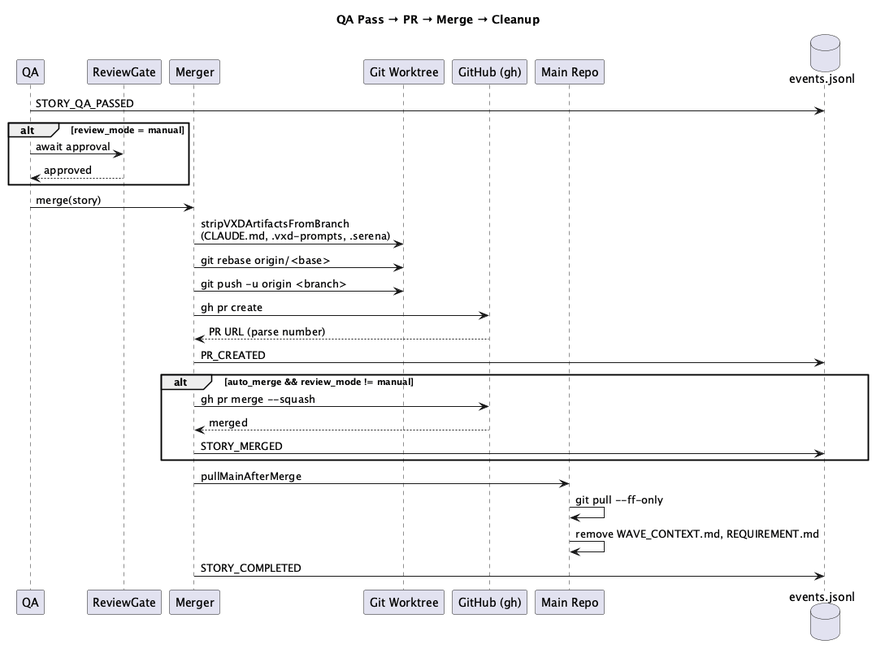
The PlantUML diagram docs/diagrams/sequence-merge.png in tzone85/vortex-dispatch, before a commit. Its diagram source:
```plantuml
@startuml sequence-merge
title QA Pass → PR → Merge → Cleanup

participant "QA" as QA
participant "ReviewGate" as RG
participant "Merger" as MR
participant "Git Worktree" as WT
participant "GitHub (gh)" as GH
participant "Main Repo" as MN
database "events.jsonl" as EV

QA -> EV : STORY_QA_PASSED

alt review_mode = manual
    QA -> RG : await approval
    RG --> QA : approved
end

QA -> MR : merge(story)
MR -> WT : stripVXDArtifactsFromBranch\n(CLAUDE.md, .vxd-prompts, .serena)
MR -> WT : git rebase origin/<base>
MR -> WT : git push -u origin <branch>
MR -> GH : gh pr create
GH --> MR : PR URL (parse number)
MR -> EV : PR_CREATED

alt auto_merge && review_mode != manual
    MR -> GH : gh pr merge --squash
    GH --> MR : merged
    MR -> EV : STORY_MERGED
end

MR -> MN : pullMainAfterMerge
MN -> MN : git pull --ff-only
MN -> MN : remove WAVE_CONTEXT.md, REQUIREMENT.md
MR -> EV : STORY_COMPLETED

@enduml
```
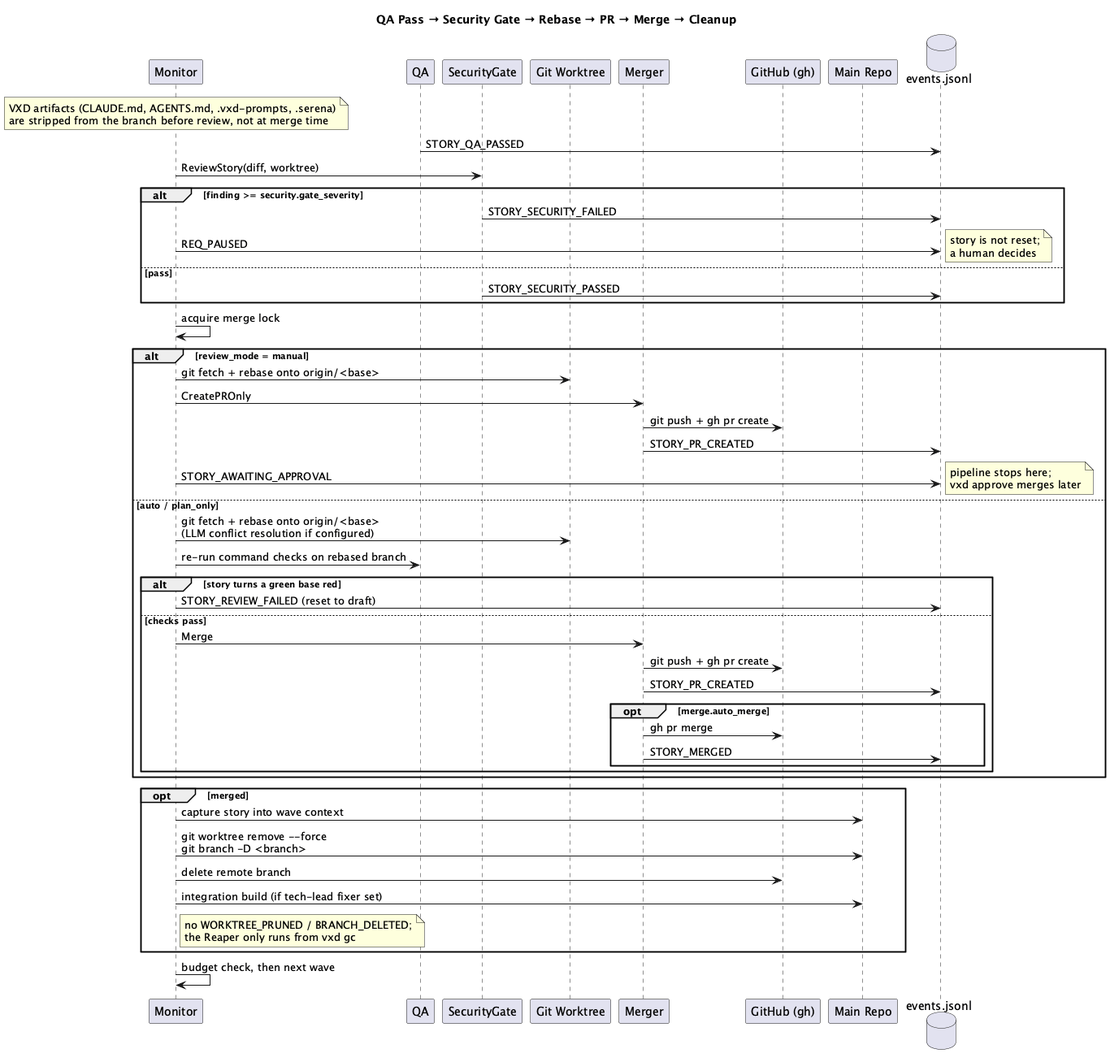
The same diagram one commit later.

Diff of the diagram source:
```diff
@@ -1,38 +1,60 @@
 @startuml sequence-merge
-title QA Pass → PR → Merge → Cleanup
+title QA Pass → Security Gate → Rebase → PR → Merge → Cleanup
 
+participant "Monitor" as MON
 participant "QA" as QA
-participant "ReviewGate" as RG
+participant "SecurityGate" as SG
+participant "Git Worktree" as WT
 participant "Merger" as MR
-participant "Git Worktree" as WT
 participant "GitHub (gh)" as GH
 participant "Main Repo" as MN
 database "events.jsonl" as EV
 
+note over MON : VXD artifacts (CLAUDE.md, AGENTS.md, .vxd-prompts, .serena)\nare stripped from the branch before review, not at merge time
+
 QA -> EV : STORY_QA_PASSED
 
-alt review_mode = manual
-    QA -> RG : await approval
-    RG --> QA : approved
+MON -> SG : ReviewStory(diff, worktree)
+alt finding >= security.gate_severity
+    SG -> EV : STORY_SECURITY_FAILED
+    MON -> EV : REQ_PAUSED
+    note right : story is not reset;\na human decides
+else pass
+    SG -> EV : STORY_SECURITY_PASSED
 end
 
-QA -> MR : merge(story)
-MR -> WT : stripVXDArtifactsFromBranch\n(CLAUDE.md, .vxd-prompts, .serena)
-MR -> WT : git rebase origin/<base>
-MR -> WT : git push -u origin <branch>
-MR -> GH : gh pr create
-GH --> MR : PR URL (parse number)
-MR -> EV : PR_CREATED
+MON -> MON : acquire merge lock
 
-alt auto_merge && review_mode != manual
-    MR -> GH : gh pr merge --squash
-    GH --> MR : merged
-    MR -> EV : STORY_MERGED
+alt review_mode = manual
+    MON -> WT : git fetch + rebase onto origin/<base>
+    MON -> MR : CreatePROnly
+    MR -> GH : git push + gh pr create
+    MR -> EV : STORY_PR_CREATED
+    MON -> EV : STORY_AWAITING_APPROVAL
+    note right : pipeline stops here;\nvxd approve merges later
+else auto / plan_only
+    MON -> WT : git fetch + rebase onto origin/<base>\n(LLM conflict resolution if configured)
+    MON -> QA : re-run command checks on rebased branch
+    alt story turns a green base red
+        MON -> EV : STORY_REVIEW_FAILED (reset to draft)
+    else checks pass
+        MON -> MR : Merge
+        MR -> GH : git push + gh pr create
+        MR -> EV : STORY_PR_CREATED
+        opt merge.auto_merge
+            MR -> GH : gh pr merge
+            MR -> EV : STORY_MERGED
+        end
+    end
 end
 
-MR -> MN : pullMainAfterMerge
-MN -> MN : git pull --ff-only
-MN -> MN : remove WAVE_CONTEXT.md, REQUIREMENT.md
-MR -> EV : STORY_COMPLETED
+opt merged
+    MON -> MN : capture story into wave context
+    MON -> MN : git worktree remove --force\ngit branch -D <branch>
+    MON -> GH : delete remote branch
+    MON -> MN : integration build (if tech-lead fixer set)
+    note right of MON : no WORKTREE_PRUNED / BRANCH_DELETED;\nthe Reaper only runs from vxd gc
+end
+MON -> MON : budget check, then next wave
 
 @enduml
```
